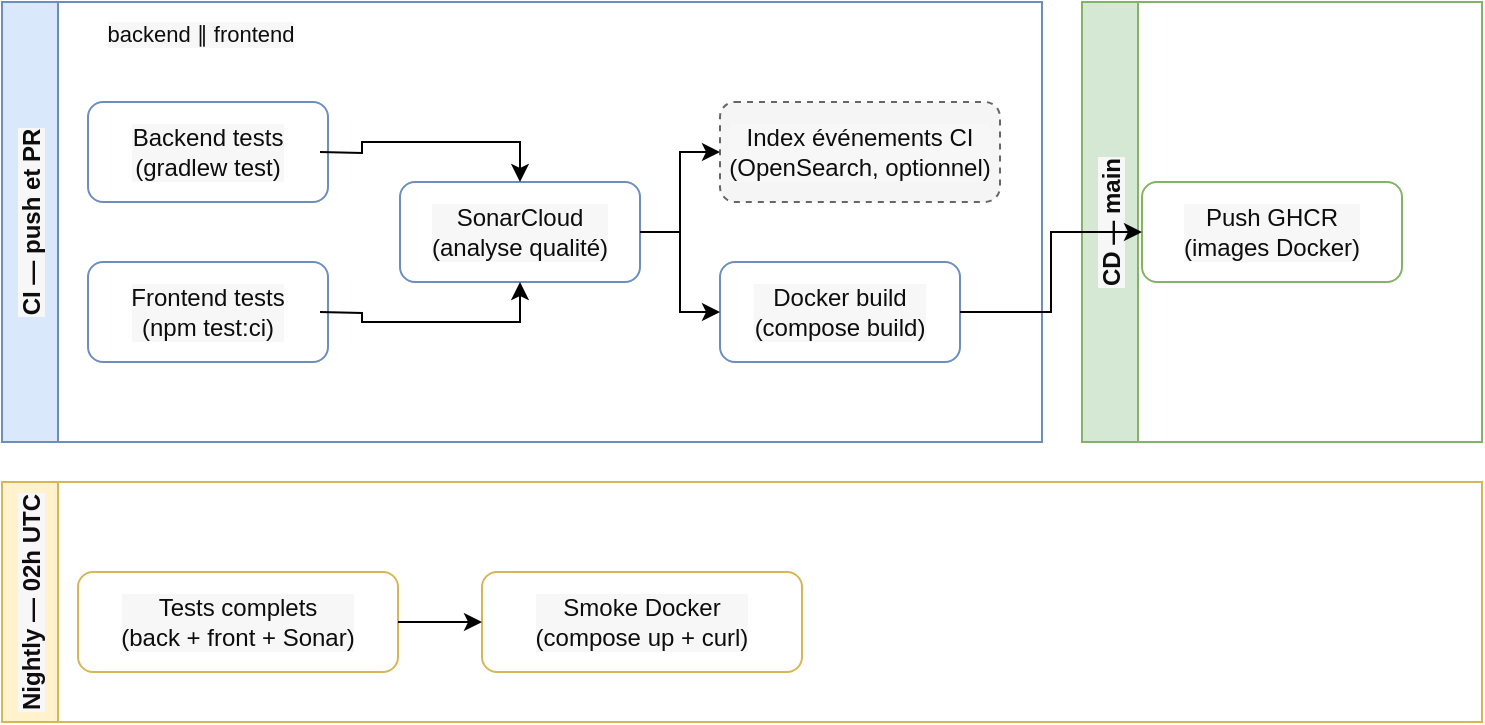
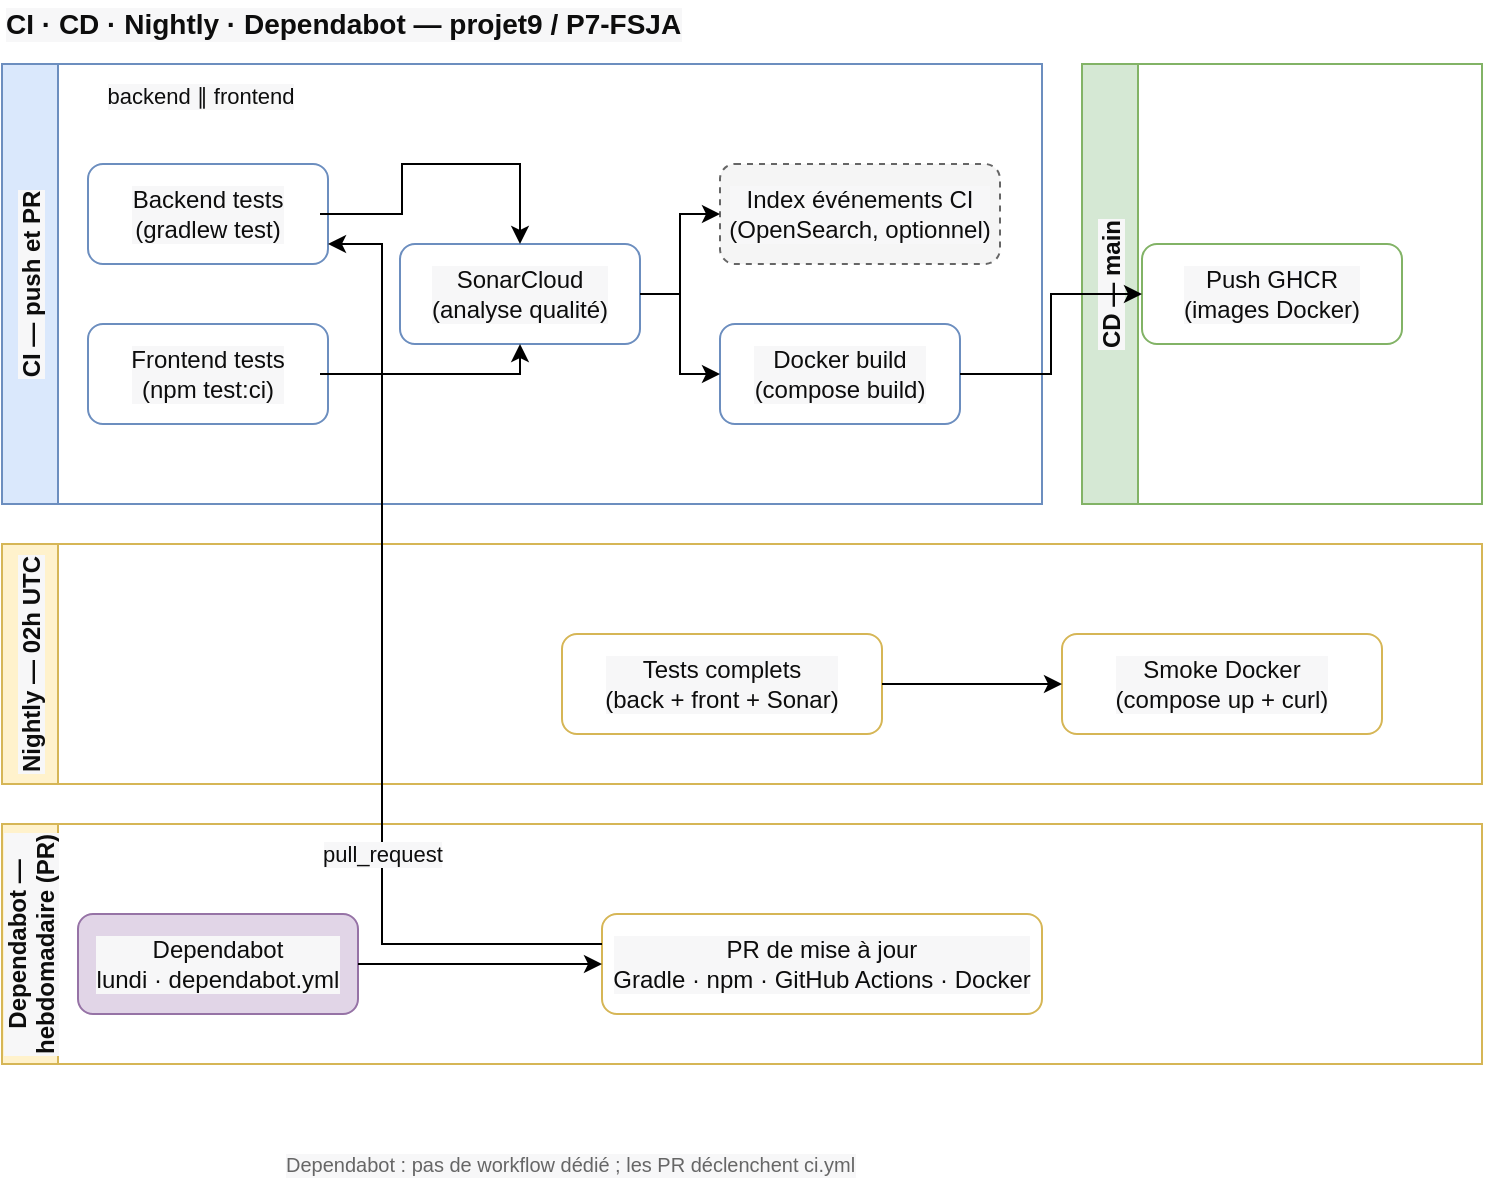
<mxfile host="65bd71144e">
    <diagram id="pipeline-cicd-overview" name="Pipeline CI/CD">
-         <mxGraphModel dx="1306" dy="793" grid="1" gridSize="10" guides="1" tooltips="1" connect="1" arrows="1" fold="1" page="1" pageScale="1" pageWidth="1169" pageHeight="827" math="0" shadow="0">
+         <mxGraphModel dx="1257" dy="587" grid="1" gridSize="10" guides="1" tooltips="1" connect="1" arrows="1" fold="1" page="1" pageScale="1" pageWidth="1169" pageHeight="980" math="0" shadow="0">
            <root>
                <mxCell id="0"/>
                <mxCell id="1" parent="0"/>
                <mxCell id="lane-ci" value="CI — push et PR" style="swimlane;horizontal=0;startSize=28;fillColor=#dae8fc;strokeColor=#6c8ebf;fontStyle=1;fontColor=#0d0d0d;labelBackgroundColor=#f7f7f8;" parent="1" vertex="1">
                    <mxGeometry x="40" y="40" width="520" height="220" as="geometry"/>
                </mxCell>
                <mxCell id="b-backend" value="Backend tests&#10;(gradlew test)" style="rounded=1;whiteSpace=wrap;html=1;fillColor=#ffffff;strokeColor=#6c8ebf;fontColor=#0d0d0d;labelBackgroundColor=#f7f7f8;" parent="lane-ci" vertex="1">
                    <mxGeometry x="43" y="50" width="120" height="50" as="geometry"/>
                </mxCell>
                <mxCell id="b-frontend" value="Frontend tests&#10;(npm test:ci)" style="rounded=1;whiteSpace=wrap;html=1;fillColor=#ffffff;strokeColor=#6c8ebf;fontColor=#0d0d0d;labelBackgroundColor=#f7f7f8;" parent="lane-ci" vertex="1">
                    <mxGeometry x="43" y="130" width="120" height="50" as="geometry"/>
                </mxCell>
                <mxCell id="b-sonar" value="SonarCloud&#10;(analyse qualité)" style="rounded=1;whiteSpace=wrap;html=1;fillColor=#ffffff;strokeColor=#6c8ebf;fontColor=#0d0d0d;labelBackgroundColor=#f7f7f8;" parent="lane-ci" vertex="1">
                    <mxGeometry x="199" y="90" width="120" height="50" as="geometry"/>
                </mxCell>
                <mxCell id="b-docker" value="Docker build&#10;(compose build)" style="rounded=1;whiteSpace=wrap;html=1;fillColor=#ffffff;strokeColor=#6c8ebf;fontColor=#0d0d0d;labelBackgroundColor=#f7f7f8;" parent="lane-ci" vertex="1">
                    <mxGeometry x="359" y="130" width="120" height="50" as="geometry"/>
                </mxCell>
                <mxCell id="b-opensearch" value="Index événements CI&#10;(OpenSearch, optionnel)" style="rounded=1;whiteSpace=wrap;html=1;fillColor=#f5f5f5;strokeColor=#666666;dashed=1;fontColor=#0d0d0d;labelBackgroundColor=#f7f7f8;" parent="lane-ci" vertex="1">
                    <mxGeometry x="359" y="50" width="140" height="50" as="geometry"/>
                </mxCell>
                <mxCell id="e1" style="edgeStyle=orthogonalEdgeStyle;rounded=0;orthogonalLoop=1;jettySize=auto;html=1;endArrow=classic;fontColor=#0d0d0d;labelBackgroundColor=#f7f7f8;" parent="lane-ci" target="b-sonar" edge="1">
                    <mxGeometry relative="1" as="geometry">
                        <mxPoint x="159" y="75" as="sourcePoint"/>
+                         <Array as="points">
+                             <mxPoint x="200" y="75"/>
+                             <mxPoint x="200" y="50"/>
+                             <mxPoint x="259" y="50"/>
+                         </Array>
                    </mxGeometry>
                </mxCell>
                <mxCell id="e2" style="edgeStyle=orthogonalEdgeStyle;rounded=0;orthogonalLoop=1;jettySize=auto;html=1;endArrow=classic;fontColor=#0d0d0d;labelBackgroundColor=#f7f7f8;" parent="lane-ci" target="b-sonar" edge="1">
                    <mxGeometry relative="1" as="geometry">
                        <mxPoint x="159" y="155" as="sourcePoint"/>
+                         <Array as="points">
+                             <mxPoint x="259" y="155"/>
+                         </Array>
                    </mxGeometry>
                </mxCell>
                <mxCell id="e3" style="edgeStyle=orthogonalEdgeStyle;rounded=0;orthogonalLoop=1;jettySize=auto;html=1;endArrow=classic;fontColor=#0d0d0d;labelBackgroundColor=#f7f7f8;" parent="lane-ci" source="b-sonar" target="b-opensearch" edge="1">
                    <mxGeometry relative="1" as="geometry"/>
                </mxCell>
                <mxCell id="e4" style="edgeStyle=orthogonalEdgeStyle;rounded=0;orthogonalLoop=1;jettySize=auto;html=1;endArrow=classic;fontColor=#0d0d0d;labelBackgroundColor=#f7f7f8;" parent="lane-ci" source="b-sonar" target="b-docker" edge="1">
                    <mxGeometry relative="1" as="geometry"/>
                </mxCell>
                <mxCell id="note-par" value="backend ∥ frontend" style="text;html=1;strokeColor=none;fillColor=none;align=center;verticalAlign=middle;fontSize=11;fontColor=#0d0d0d;labelBackgroundColor=#f7f7f8;" parent="lane-ci" vertex="1">
                    <mxGeometry x="39" y="6" width="120" height="20" as="geometry"/>
                </mxCell>
                <mxCell id="lane-cd" value="CD — main" style="swimlane;horizontal=0;startSize=28;fillColor=#d5e8d4;strokeColor=#82b366;fontStyle=1;fontColor=#0d0d0d;labelBackgroundColor=#f7f7f8;" parent="1" vertex="1">
                    <mxGeometry x="580" y="40" width="200" height="220" as="geometry"/>
                </mxCell>
                <mxCell id="b-ghcr" value="Push GHCR&#10;(images Docker)" style="rounded=1;whiteSpace=wrap;html=1;fillColor=#ffffff;strokeColor=#82b366;fontColor=#0d0d0d;labelBackgroundColor=#f7f7f8;" parent="lane-cd" vertex="1">
                    <mxGeometry x="30" y="90" width="130" height="50" as="geometry"/>
                </mxCell>
                <mxCell id="lane-nightly" value="Nightly — 02h UTC" style="swimlane;horizontal=0;startSize=28;fillColor=#fff2cc;strokeColor=#d6b656;fontStyle=1;fontColor=#0d0d0d;labelBackgroundColor=#f7f7f8;" parent="1" vertex="1">
                    <mxGeometry x="40" y="280" width="740" height="120" as="geometry"/>
                </mxCell>
                <mxCell id="b-nightly-tests" value="Tests complets&#10;(back + front + Sonar)" style="rounded=1;whiteSpace=wrap;html=1;fillColor=#ffffff;strokeColor=#d6b656;fontColor=#0d0d0d;labelBackgroundColor=#f7f7f8;" parent="lane-nightly" vertex="1">
-                     <mxGeometry x="38" y="45" width="160" height="50" as="geometry"/>
+                     <mxGeometry x="280" y="45" width="160" height="50" as="geometry"/>
                </mxCell>
                <mxCell id="b-smoke" value="Smoke Docker&#10;(compose up + curl)" style="rounded=1;whiteSpace=wrap;html=1;fillColor=#ffffff;strokeColor=#d6b656;fontColor=#0d0d0d;labelBackgroundColor=#f7f7f8;" parent="lane-nightly" vertex="1">
-                     <mxGeometry x="240" y="45" width="160" height="50" as="geometry"/>
+                     <mxGeometry x="530" y="45" width="160" height="50" as="geometry"/>
                </mxCell>
                <mxCell id="e6" style="edgeStyle=orthogonalEdgeStyle;rounded=0;orthogonalLoop=1;jettySize=auto;html=1;endArrow=classic;fontColor=#0d0d0d;labelBackgroundColor=#f7f7f8;" parent="lane-nightly" source="b-nightly-tests" target="b-smoke" edge="1">
                    <mxGeometry relative="1" as="geometry"/>
                </mxCell>
                <mxCell id="e5" style="edgeStyle=orthogonalEdgeStyle;rounded=0;orthogonalLoop=1;jettySize=auto;html=1;endArrow=classic;fontColor=#0d0d0d;labelBackgroundColor=#f7f7f8;" parent="1" source="b-docker" target="b-ghcr" edge="1">
                    <mxGeometry relative="1" as="geometry"/>
                </mxCell>
+                 <mxCell id="title-main" value="CI · CD · Nightly · Dependabot — projet9 / P7-FSJA" style="text;html=1;strokeColor=none;fillColor=none;align=left;verticalAlign=middle;fontSize=14;fontStyle=1;fontColor=#0d0d0d;labelBackgroundColor=#f7f7f8;" parent="1" vertex="1">
+                     <mxGeometry x="40" y="8" width="520" height="24" as="geometry"/>
+                 </mxCell>
+                 <mxCell id="lane-dependabot" value="Dependabot —&#10;hebdomadaire (PR)" style="swimlane;horizontal=0;startSize=28;fillColor=#fff2cc;strokeColor=#d6b656;fontStyle=1;fontColor=#0d0d0d;labelBackgroundColor=#f7f7f8;" parent="1" vertex="1">
+                     <mxGeometry x="40" y="420" width="740" height="120" as="geometry"/>
+                 </mxCell>
+                 <mxCell id="b-dependabot" value="Dependabot&#10;lundi · dependabot.yml" style="rounded=1;whiteSpace=wrap;html=1;fillColor=#e1d5e7;strokeColor=#9673a6;fontColor=#0d0d0d;labelBackgroundColor=#f7f7f8;" parent="lane-dependabot" vertex="1">
+                     <mxGeometry x="38" y="45" width="140" height="50" as="geometry"/>
+                 </mxCell>
+                 <mxCell id="b-dependabot-pr" value="PR de mise à jour&#10;Gradle · npm · GitHub Actions · Docker" style="rounded=1;whiteSpace=wrap;html=1;fillColor=#ffffff;strokeColor=#d6b656;fontColor=#0d0d0d;labelBackgroundColor=#f7f7f8;" parent="lane-dependabot" vertex="1">
+                     <mxGeometry x="300" y="45" width="220" height="50" as="geometry"/>
+                 </mxCell>
+                 <mxCell id="e7" style="edgeStyle=orthogonalEdgeStyle;rounded=0;orthogonalLoop=1;jettySize=auto;html=1;endArrow=classic;fontColor=#0d0d0d;labelBackgroundColor=#f7f7f8;" parent="lane-dependabot" source="b-dependabot" target="b-dependabot-pr" edge="1">
+                     <mxGeometry relative="1" as="geometry"/>
+                 </mxCell>
+                 <mxCell id="e8" value="pull_request" style="edgeStyle=orthogonalEdgeStyle;rounded=0;orthogonalLoop=1;jettySize=auto;html=1;endArrow=classic;fontColor=#0d0d0d;labelBackgroundColor=#f7f7f8;" parent="1" source="b-dependabot-pr" target="b-backend" edge="1">
+                     <mxGeometry x="-0.3627" relative="1" as="geometry">
+                         <Array as="points">
+                             <mxPoint x="230" y="480"/>
+                             <mxPoint x="230" y="130"/>
+                         </Array>
+                         <mxPoint as="offset"/>
+                     </mxGeometry>
+                 </mxCell>
+                 <mxCell id="note-dependabot" value="Dependabot : pas de workflow dédié ; les PR déclenchent ci.yml" style="text;html=1;strokeColor=none;fillColor=none;align=left;verticalAlign=middle;fontSize=10;fontColor=#666666;labelBackgroundColor=#f7f7f8;" parent="1" vertex="1">
+                     <mxGeometry x="180" y="580" width="480" height="20" as="geometry"/>
+                 </mxCell>
            </root>
        </mxGraphModel>
    </diagram>
</mxfile>